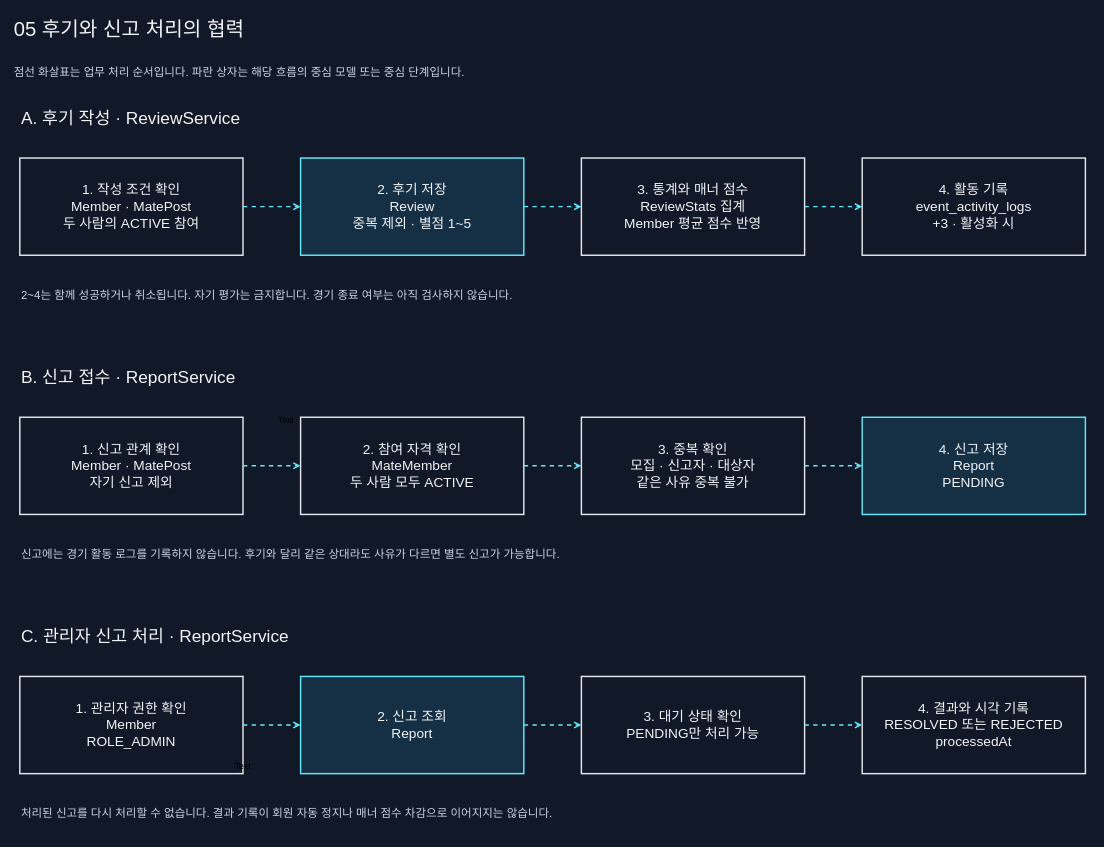
Above: page "05 후기와 신고 처리의 협력" (6 of 6) of docs/domain/도메인 관계와 협력.drawio in JikChin/jikchin-backend (draw.io), before the change. Source tidied: cells renumbered, new cells numbered last; positions are measured from the earlier drawing's top-left corner, leaving out a move shared by most shapes. Both pictures are drawn from the tidied source at 72%, with x=0, y=0 at pixel (12, 12).
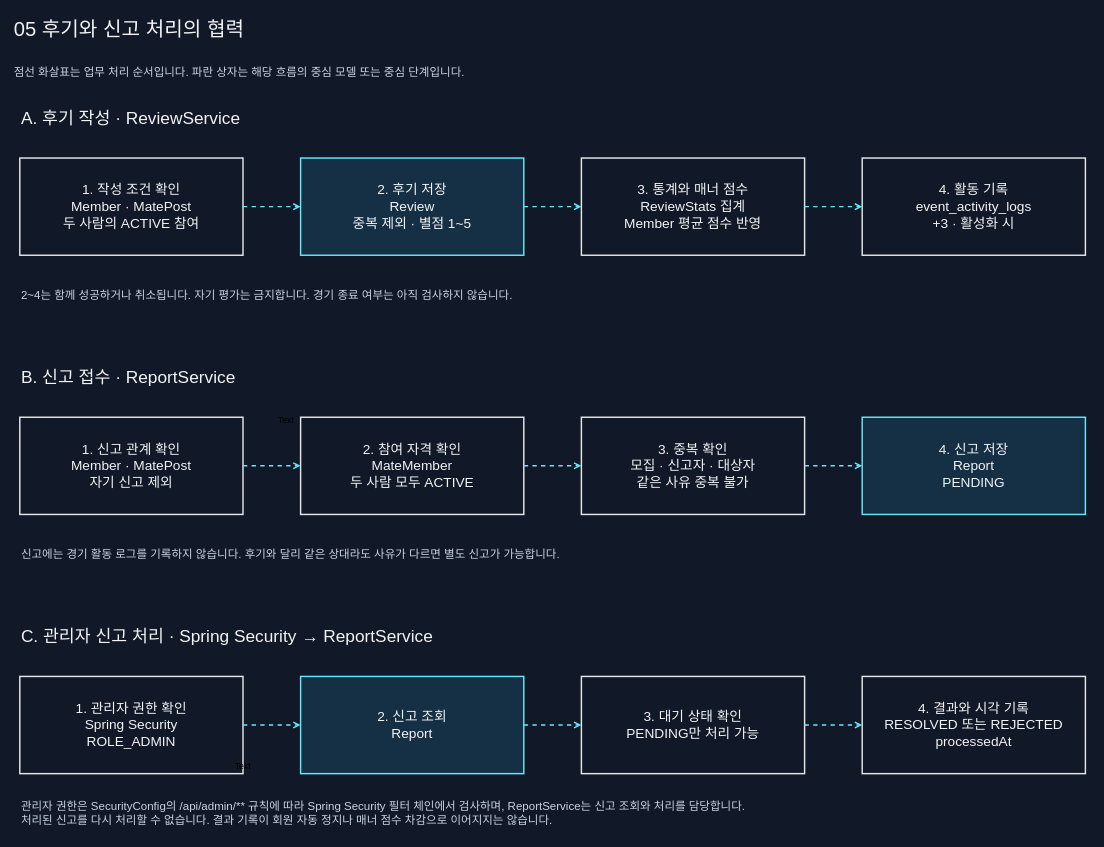
The same diagram, later.

Commit message:
CHORE(DOCS)/ 관리자 신고 처리 도식에 권한 검사 주체 명시

Change to the diagram source:
```diff
@@
-    <mxCell id="22" value="C. 관리자 신고 처리 · ReportService" style="text;html=0;whiteSpace=wrap;align=left;verticalAlign=middle;fontFamily=Helvetica;fontSize=24;fontColor=#f3f4f6;strokeColor=none;fillColor=none;" parent="1" vertex="1">
+    <mxCell id="22" value="C. 관리자 신고 처리 · Spring Security → ReportService" style="text;html=0;whiteSpace=wrap;align=left;verticalAlign=middle;fontFamily=Helvetica;fontSize=24;fontColor=#f3f4f6;strokeColor=none;fillColor=none;" parent="1" vertex="1">
       <mxGeometry x="10" y="847" width="1480" height="40" as="geometry" />
     </mxCell>
-    <mxCell id="23" value="1. 관리자 권한 확인&#10;Member&#10;ROLE_ADMIN" style="rounded=0;whiteSpace=wrap;html=0;align=center;verticalAlign=middle;fontFamily=Helvetica;fontSize=19;fontColor=#f3f4f6;fillColor=#111827;strokeColor=#e5e7eb;strokeWidth=2;spacing=12;" parent="1" vertex="1">
+    <mxCell id="23" value="1. 관리자 권한 확인&#10;Spring Security&#10;ROLE_ADMIN" style="rounded=0;whiteSpace=wrap;html=0;align=center;verticalAlign=middle;fontFamily=Helvetica;fontSize=19;fontColor=#f3f4f6;fillColor=#111827;strokeColor=#e5e7eb;strokeWidth=2;spacing=12;" parent="1" vertex="1">
       <mxGeometry x="10" y="922" width="310" height="135" as="geometry" />
     </mxCell>
@@
-    <mxCell id="30" value="처리된 신고를 다시 처리할 수 없습니다. 결과 기록이 회원 자동 정지나 매너 점수 차감으로 이어지지는 않습니다." style="text;html=0;whiteSpace=wrap;align=left;verticalAlign=middle;fontFamily=Helvetica;fontSize=16;fontColor=#cbd5e1;strokeColor=none;fillColor=none;" parent="1" vertex="1">
+    <mxCell id="30" value="관리자 권한은 SecurityConfig의 /api/admin/** 규칙에 따라 Spring Security 필터 체인에서 검사하며, ReportService는 신고 조회와 처리를 담당합니다.&#10;처리된 신고를 다시 처리할 수 없습니다. 결과 기록이 회원 자동 정지나 매너 점수 차감으로 이어지지는 않습니다." style="text;html=0;whiteSpace=wrap;align=left;verticalAlign=middle;fontFamily=Helvetica;fontSize=16;fontColor=#cbd5e1;strokeColor=none;fillColor=none;" parent="1" vertex="1">
       <mxGeometry x="10" y="1082" width="1480" height="60" as="geometry" />
     </mxCell>
```
